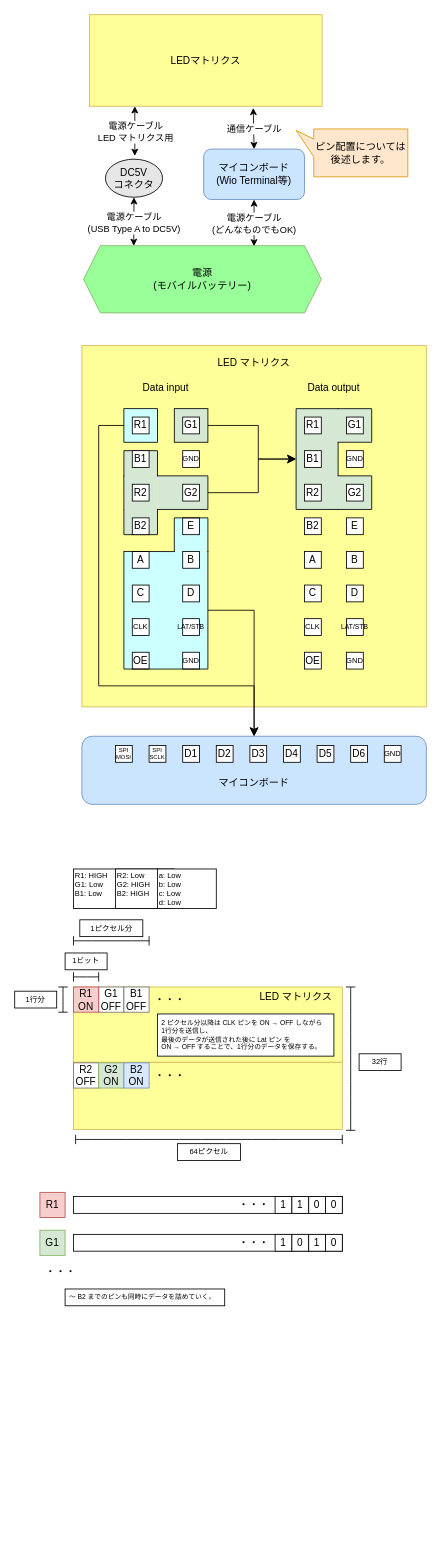
This is 名称未設定ファイル.drawio from ehime-iyokan/DrawIO, a draw.io file, before an edit. Source tidied: cells renumbered, new cells numbered last; positions are measured from the earlier drawing's top-left corner, leaving out a move shared by most shapes. Both pictures are drawn from the tidied source at 84%, with x=0, y=0 at pixel (14, 14).
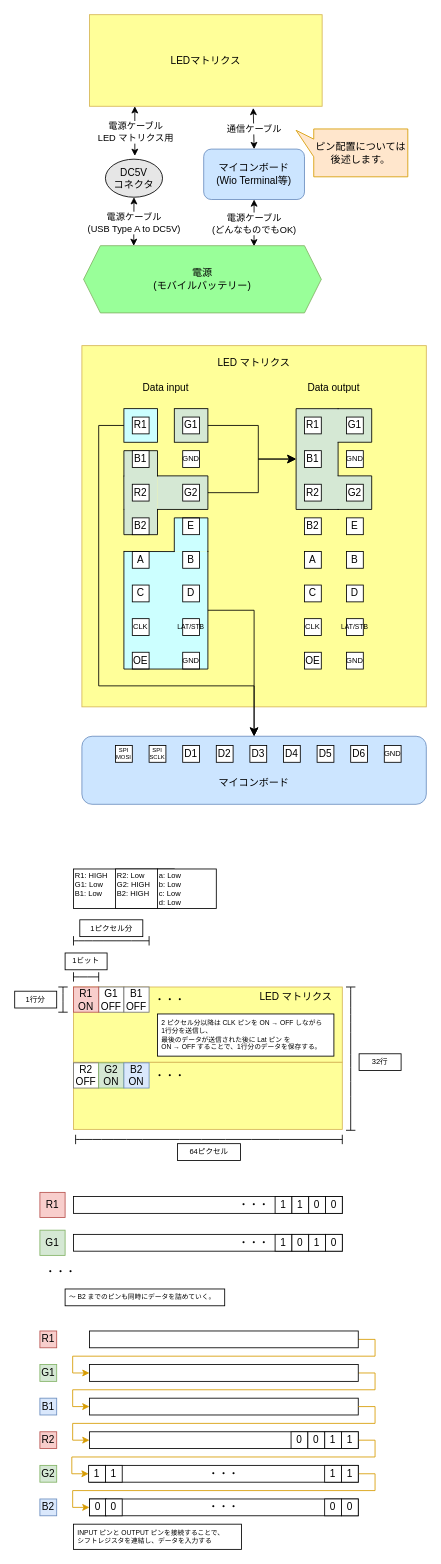
After the change.

Commit message:
データの格納方法の2つ目を記載

Change to the diagram source:
```diff
@@
+    <mxCell id="130" value="&lt;div&gt;R1&lt;/div&gt;" style="rounded=0;whiteSpace=wrap;html=1;fillColor=#f8cecc;strokeColor=#b85450;" parent="1" vertex="1">
+      <mxGeometry x="30" y="1567" width="20" height="20" as="geometry" />
+    </mxCell>
+    <mxCell id="131" style="edgeStyle=orthogonalEdgeStyle;rounded=0;jettySize=auto;html=1;exitX=1;exitY=0.5;exitDx=0;exitDy=0;entryX=0;entryY=0.5;entryDx=0;entryDy=0;fillColor=#ffe6cc;strokeColor=#d79b00;" parent="1" edge="1" source="132" target="135">
+      <mxGeometry relative="1" as="geometry">
+        <Array as="points">
+          <mxPoint x="429" y="1577" />
+          <mxPoint x="429" y="1597" />
+          <mxPoint x="69" y="1597" />
+          <mxPoint x="69" y="1617" />
+        </Array>
+      </mxGeometry>
+    </mxCell>
+    <mxCell id="132" style="rounded=0;whiteSpace=wrap;html=1;align=center;" parent="1" vertex="1">
+      <mxGeometry x="89" y="1567" width="320" height="20" as="geometry" />
+    </mxCell>
+    <mxCell id="133" value="G1" style="rounded=0;whiteSpace=wrap;html=1;fillColor=#d5e8d4;strokeColor=#82b366;" parent="1" vertex="1">
+      <mxGeometry x="30" y="1607" width="20" height="20" as="geometry" />
+    </mxCell>
+    <mxCell id="134" style="edgeStyle=orthogonalEdgeStyle;rounded=0;jettySize=auto;html=1;exitX=1;exitY=0.5;exitDx=0;exitDy=0;entryX=0;entryY=0.5;entryDx=0;entryDy=0;fillColor=#ffe6cc;strokeColor=#d79b00;" parent="1" edge="1" source="135" target="137">
+      <mxGeometry relative="1" as="geometry">
+        <Array as="points">
+          <mxPoint x="429" y="1617" />
+          <mxPoint x="429" y="1637" />
+          <mxPoint x="69" y="1637" />
+          <mxPoint x="69" y="1657" />
+        </Array>
+      </mxGeometry>
+    </mxCell>
+    <mxCell id="135" style="rounded=0;whiteSpace=wrap;html=1;align=center;" parent="1" vertex="1">
+      <mxGeometry x="89" y="1607" width="320" height="20" as="geometry" />
+    </mxCell>
+    <mxCell id="136" value="&lt;div&gt;B1&lt;/div&gt;" style="rounded=0;whiteSpace=wrap;html=1;fillColor=#dae8fc;strokeColor=#6c8ebf;" parent="1" vertex="1">
+      <mxGeometry x="30" y="1647" width="20" height="20" as="geometry" />
+    </mxCell>
+    <mxCell id="137" style="rounded=0;whiteSpace=wrap;html=1;align=center;" parent="1" vertex="1">
+      <mxGeometry x="89" y="1647" width="320" height="20" as="geometry" />
+    </mxCell>
+    <mxCell id="138" value="&lt;div&gt;R2&lt;/div&gt;" style="rounded=0;whiteSpace=wrap;html=1;fillColor=#f8cecc;strokeColor=#b85450;" parent="1" vertex="1">
+      <mxGeometry x="30" y="1687" width="20" height="20" as="geometry" />
+    </mxCell>
+    <mxCell id="139" style="rounded=0;whiteSpace=wrap;html=1;align=center;" parent="1" vertex="1">
+      <mxGeometry x="89" y="1687" width="320" height="20" as="geometry" />
+    </mxCell>
+    <mxCell id="140" value="G2" style="rounded=0;whiteSpace=wrap;html=1;fillColor=#d5e8d4;strokeColor=#82b366;" parent="1" vertex="1">
+      <mxGeometry x="30" y="1727" width="20" height="20" as="geometry" />
+    </mxCell>
+    <mxCell id="141" style="rounded=0;whiteSpace=wrap;html=1;align=center;" parent="1" vertex="1">
+      <mxGeometry x="89" y="1727" width="320" height="20" as="geometry" />
+    </mxCell>
+    <mxCell id="142" value="&lt;div&gt;B2&lt;/div&gt;" style="rounded=0;whiteSpace=wrap;html=1;fillColor=#dae8fc;strokeColor=#6c8ebf;" parent="1" vertex="1">
+      <mxGeometry x="30" y="1767" width="20" height="20" as="geometry" />
+    </mxCell>
+    <mxCell id="143" style="rounded=0;whiteSpace=wrap;html=1;align=center;" parent="1" vertex="1">
+      <mxGeometry x="89" y="1767" width="320" height="20" as="geometry" />
+    </mxCell>
+    <mxCell id="144" value="0" style="rounded=0;whiteSpace=wrap;html=1;align=center;" parent="1" vertex="1">
+      <mxGeometry x="369" y="1767" width="20" height="20" as="geometry" />
+    </mxCell>
+    <mxCell id="145" value="0" style="rounded=0;whiteSpace=wrap;html=1;align=center;" parent="1" vertex="1">
+      <mxGeometry x="389" y="1767" width="20" height="20" as="geometry" />
+    </mxCell>
+    <mxCell id="146" value="・・・" style="rounded=0;whiteSpace=wrap;html=1;fillColor=none;strokeColor=none;" parent="1" vertex="1">
+      <mxGeometry x="224" y="1727" width="50" height="20" as="geometry" />
+    </mxCell>
+    <mxCell id="147" value="0" style="rounded=0;whiteSpace=wrap;html=1;align=center;" parent="1" vertex="1">
+      <mxGeometry x="89" y="1767" width="20" height="20" as="geometry" />
+    </mxCell>
+    <mxCell id="148" style="edgeStyle=orthogonalEdgeStyle;rounded=0;jettySize=auto;html=1;exitX=1;exitY=0.5;exitDx=0;exitDy=0;entryX=0;entryY=0.5;entryDx=0;entryDy=0;fillColor=#ffe6cc;strokeColor=#d79b00;" parent="1" edge="1" source="149" target="147">
+      <mxGeometry relative="1" as="geometry">
+        <Array as="points">
+          <mxPoint x="429" y="1737" />
+          <mxPoint x="429" y="1757" />
+          <mxPoint x="69" y="1757" />
+          <mxPoint x="69" y="1777" />
+        </Array>
+      </mxGeometry>
+    </mxCell>
+    <mxCell id="149" value="1" style="rounded=0;whiteSpace=wrap;html=1;align=center;" parent="1" vertex="1">
+      <mxGeometry x="389" y="1727" width="20" height="20" as="geometry" />
+    </mxCell>
+    <mxCell id="150" value="1" style="rounded=0;whiteSpace=wrap;html=1;align=center;" parent="1" vertex="1">
+      <mxGeometry x="369" y="1727" width="20" height="20" as="geometry" />
+    </mxCell>
+    <mxCell id="151" value="0" style="rounded=0;whiteSpace=wrap;html=1;align=center;" parent="1" vertex="1">
+      <mxGeometry x="108" y="1767" width="20" height="20" as="geometry" />
+    </mxCell>
+    <mxCell id="152" value="・・・" style="rounded=0;whiteSpace=wrap;html=1;fillColor=none;strokeColor=none;" parent="1" vertex="1">
+      <mxGeometry x="224" y="1767" width="50" height="20" as="geometry" />
+    </mxCell>
+    <mxCell id="153" value="1" style="rounded=0;whiteSpace=wrap;html=1;align=center;" parent="1" vertex="1">
+      <mxGeometry x="88" y="1727" width="20" height="20" as="geometry" />
+    </mxCell>
+    <mxCell id="154" value="1" style="rounded=0;whiteSpace=wrap;html=1;align=center;" parent="1" vertex="1">
+      <mxGeometry x="108" y="1727" width="20" height="20" as="geometry" />
+    </mxCell>
+    <mxCell id="155" style="edgeStyle=orthogonalEdgeStyle;rounded=0;jettySize=auto;html=1;exitX=1;exitY=0.5;exitDx=0;exitDy=0;entryX=0;entryY=0.5;entryDx=0;entryDy=0;fillColor=#ffe6cc;strokeColor=#d79b00;" parent="1" edge="1" source="156" target="153">
+      <mxGeometry relative="1" as="geometry">
+        <Array as="points">
+          <mxPoint x="429" y="1697" />
+          <mxPoint x="429" y="1717" />
+          <mxPoint x="68" y="1717" />
+          <mxPoint x="68" y="1737" />
+        </Array>
+      </mxGeometry>
+    </mxCell>
+    <mxCell id="156" value="1" style="rounded=0;whiteSpace=wrap;html=1;align=center;" parent="1" vertex="1">
+      <mxGeometry x="389" y="1687" width="20" height="20" as="geometry" />
+    </mxCell>
+    <mxCell id="157" value="1" style="rounded=0;whiteSpace=wrap;html=1;align=center;" parent="1" vertex="1">
+      <mxGeometry x="369" y="1687" width="20" height="20" as="geometry" />
+    </mxCell>
+    <mxCell id="158" value="0" style="rounded=0;whiteSpace=wrap;html=1;align=center;" parent="1" vertex="1">
+      <mxGeometry x="329" y="1687" width="20" height="20" as="geometry" />
+    </mxCell>
+    <mxCell id="159" value="0" style="rounded=0;whiteSpace=wrap;html=1;align=center;" parent="1" vertex="1">
+      <mxGeometry x="349" y="1687" width="20" height="20" as="geometry" />
+    </mxCell>
+    <mxCell id="160" style="edgeStyle=orthogonalEdgeStyle;rounded=0;jettySize=auto;html=1;exitX=1;exitY=0.5;exitDx=0;exitDy=0;entryX=0;entryY=0.5;entryDx=0;entryDy=0;fillColor=#ffe6cc;strokeColor=#d79b00;" parent="1" edge="1" source="137" target="139">
+      <mxGeometry relative="1" as="geometry">
+        <Array as="points">
+          <mxPoint x="429" y="1657" />
+          <mxPoint x="429" y="1677" />
+          <mxPoint x="69" y="1677" />
+          <mxPoint x="69" y="1697" />
+        </Array>
+      </mxGeometry>
+    </mxCell>
+    <mxCell id="161" value="&lt;div&gt;INPUT ピンと OUTPUT ピンを接続することで、&lt;/div&gt;シフトレジスタを連結し、データを入力する" style="rounded=0;whiteSpace=wrap;html=1;fontSize=8;align=left;spacingRight=0;spacingLeft=0;spacingBottom=0;spacingTop=0;spacing=5;" parent="1" vertex="1">
+      <mxGeometry x="70" y="1797" width="200" height="30" as="geometry" />
+    </mxCell>
```
